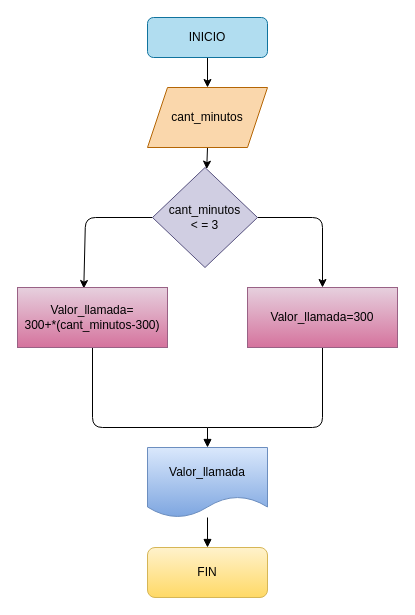
This is diagrama.drawio from Ortegatemariangel/Condicionales_1, a draw.io file, before an edit. Source tidied: cells renumbered, new cells numbered last; positions are measured from the earlier drawing's top-left corner, leaving out a move shared by most shapes. Both pictures are drawn from the tidied source at 100%, with x=0, y=0 at pixel (17, 17).
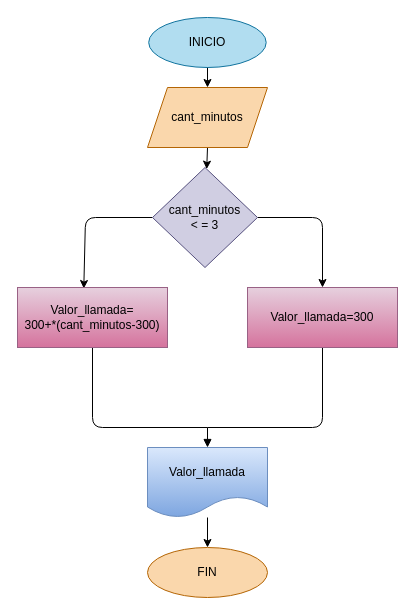
Above is the later version.

The change refers to these unchanged cells:
```xml
<mxCell id="5" value="&lt;font color=&quot;#000000&quot;&gt;cant_minutos&lt;/font&gt;" style="shape=parallelogram;perimeter=parallelogramPerimeter;whiteSpace=wrap;html=1;fixedSize=1;fillColor=#fad7ac;strokeColor=#b46504;" parent="1" vertex="1">
  <mxGeometry x="130" y="70" width="120" height="60" as="geometry" />
</mxCell>
<mxCell id="15" value="&lt;font color=&quot;#000000&quot;&gt;Valor_llamada&lt;/font&gt;" style="shape=document;whiteSpace=wrap;html=1;boundedLbl=1;fillColor=#dae8fc;strokeColor=#6c8ebf;gradientColor=#7ea6e0;" parent="1" vertex="1">
  <mxGeometry x="130" y="430" width="120" height="70" as="geometry" />
</mxCell>
```

Change to the diagram source:
```diff
@@
-    <mxCell id="2" style="edgeStyle=none;html=1;exitX=0.5;exitY=1;exitDx=0;exitDy=0;fontColor=#000000;" parent="1" edge="1" source="3" target="5">
-      <mxGeometry relative="1" as="geometry" />
+    <mxCell id="2" style="edgeStyle=none;html=1;exitX=0.5;exitY=1;exitDx=0;exitDy=0;fontColor=#000000;" parent="1" edge="1" target="5">
+      <mxGeometry relative="1" as="geometry">
+        <mxPoint x="190" y="40" as="sourcePoint" />
+      </mxGeometry>
     </mxCell>
-    <mxCell id="3" value="&lt;font color=&quot;#000000&quot;&gt;INICIO&lt;/font&gt;" style="rounded=1;whiteSpace=wrap;html=1;fillColor=#b1ddf0;strokeColor=#10739e;" parent="1" vertex="1">
-      <mxGeometry x="130" width="120" height="40" as="geometry" />
-    </mxCell>
@@
-    <mxCell id="14" style="edgeStyle=none;html=1;fontColor=#000000;endArrow=block;endFill=1;" parent="1" edge="1" source="15" target="16">
+    <mxCell id="14" style="edgeStyle=none;html=1;fontColor=#000000;" parent="1" edge="1" source="15" target="16">
       <mxGeometry relative="1" as="geometry" />
     </mxCell>
@@
+    <mxCell id="3" value="&lt;font color=&quot;#000000&quot;&gt;INICIO&lt;/font&gt;" style="ellipse;whiteSpace=wrap;html=1;fillColor=#b1ddf0;strokeColor=#10739e;" parent="1" vertex="1">
+      <mxGeometry x="131.2" width="117.5" height="50" as="geometry" />
+    </mxCell>
-    <mxCell id="16" value="&lt;font color=&quot;#000000&quot;&gt;FIN&lt;/font&gt;" style="rounded=1;whiteSpace=wrap;html=1;fillColor=#fff2cc;strokeColor=#d6b656;gradientColor=#ffd966;" parent="1" vertex="1">
+    <mxCell id="16" value="&lt;font color=&quot;#000000&quot;&gt;FIN&lt;/font&gt;" style="ellipse;whiteSpace=wrap;html=1;fillColor=#fad7ac;strokeColor=#b46504;" parent="1" vertex="1">
       <mxGeometry x="130" y="530" width="120" height="50" as="geometry" />
     </mxCell>
```
